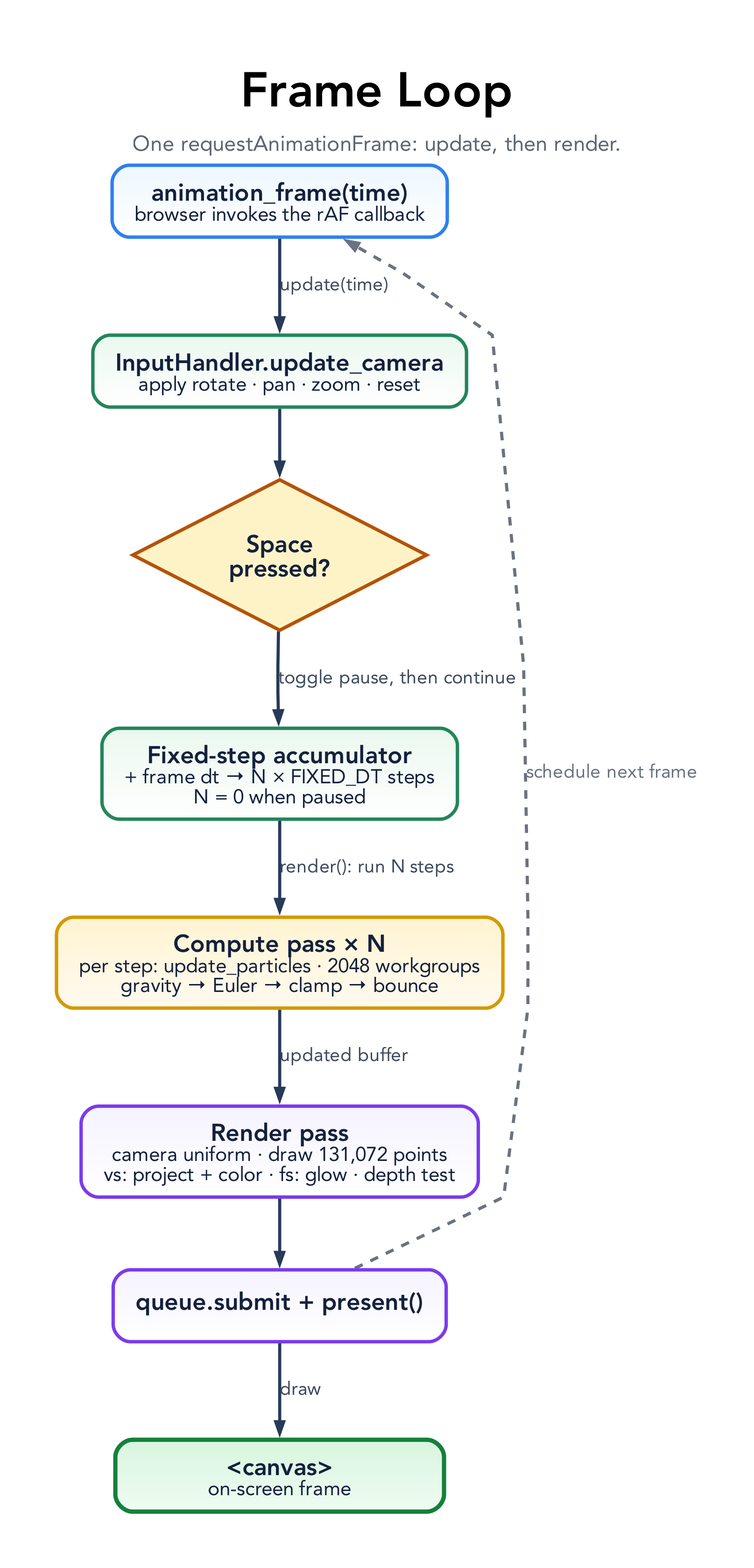
Before: docs/diagrams/frame-loop.png, a diagram exported from Graphviz (tre-systems/galacto). Its source is kept beside it as docs/diagrams/frame-loop.dot.
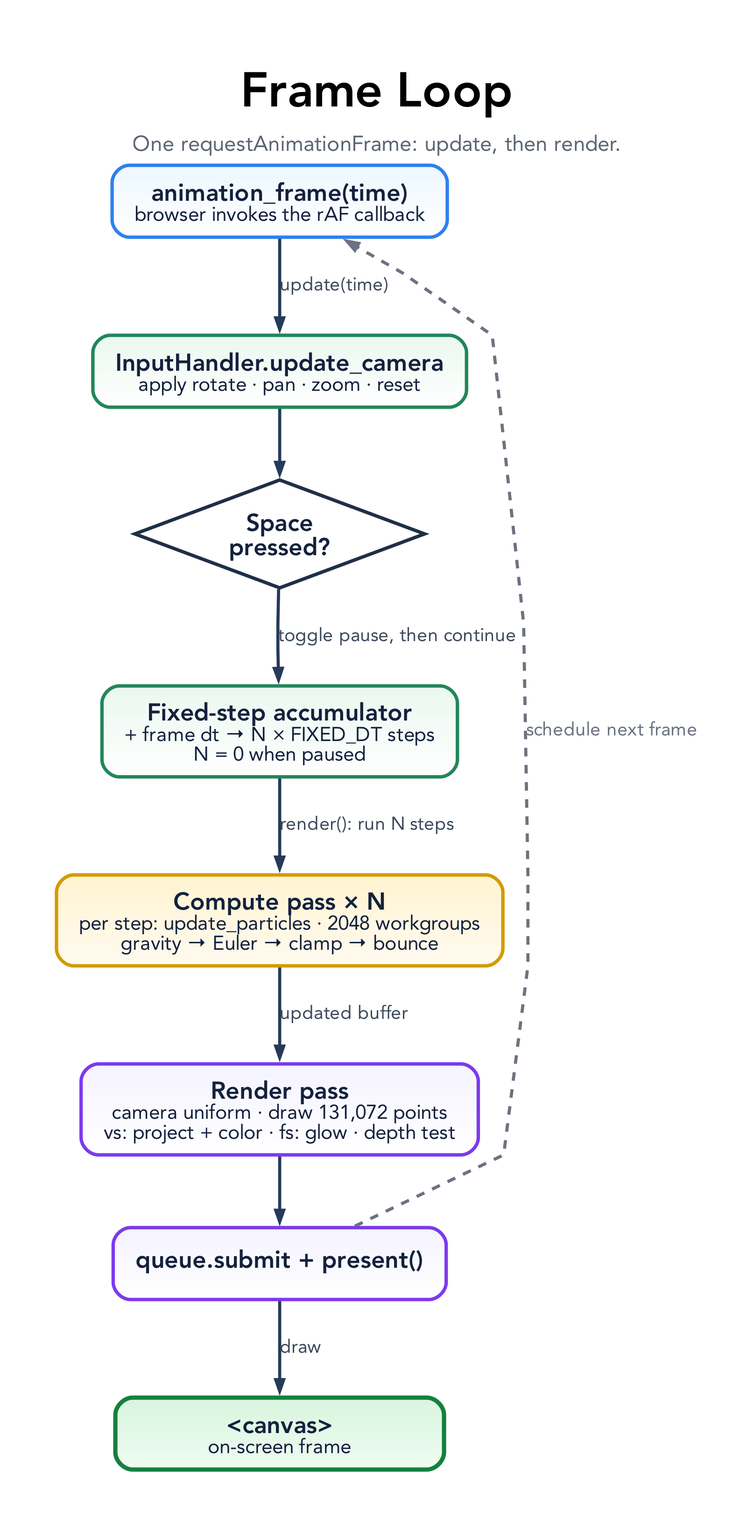
Later version of the same file.

Commit message:
docs: align diagrams to the house Graphviz standard

Diff of the diagram source:
```diff
@@ -47,7 +47,7 @@
   START [label=<<B>animation_frame(time)</B><BR/><FONT POINT-SIZE="14">browser invokes the rAF callback</FONT>>, fillcolor="#edf7ff:#ffffff", color="#2f80ed"];
 
   U1 [label=<<B>InputHandler.update_camera</B><BR/><FONT POINT-SIZE="14">apply rotate · pan · zoom · reset</FONT>>, fillcolor="#eaf8ef:#ffffff", color="#22865a"];
-  U2 [shape=diamond, style=filled, fillcolor="#fef3c7", color="#b45309", width=2.0, height=1.0, label=<<B>Space<BR/>pressed?</B>>];
+  U2 [shape=diamond, style=filled, fillcolor="#ffffff", color="#1f2f46", penwidth=2.4, width=2.4, height=1.05, label=<<B>Space<BR/>pressed?</B>>];
   U3 [label=<<B>Fixed-step accumulator</B><BR/><FONT POINT-SIZE="14">+ frame dt → N × FIXED_DT steps<BR/>N = 0 when paused</FONT>>, fillcolor="#eaf8ef:#ffffff", color="#22865a"];
 
   CP [label=<<B>Compute pass × N</B><BR/><FONT POINT-SIZE="14">per step: update_particles · 2048 workgroups<BR/>gravity → Euler → clamp → bounce</FONT>>, fillcolor="#fff4d1:#fffaf0", color="#d39a00"];
```
